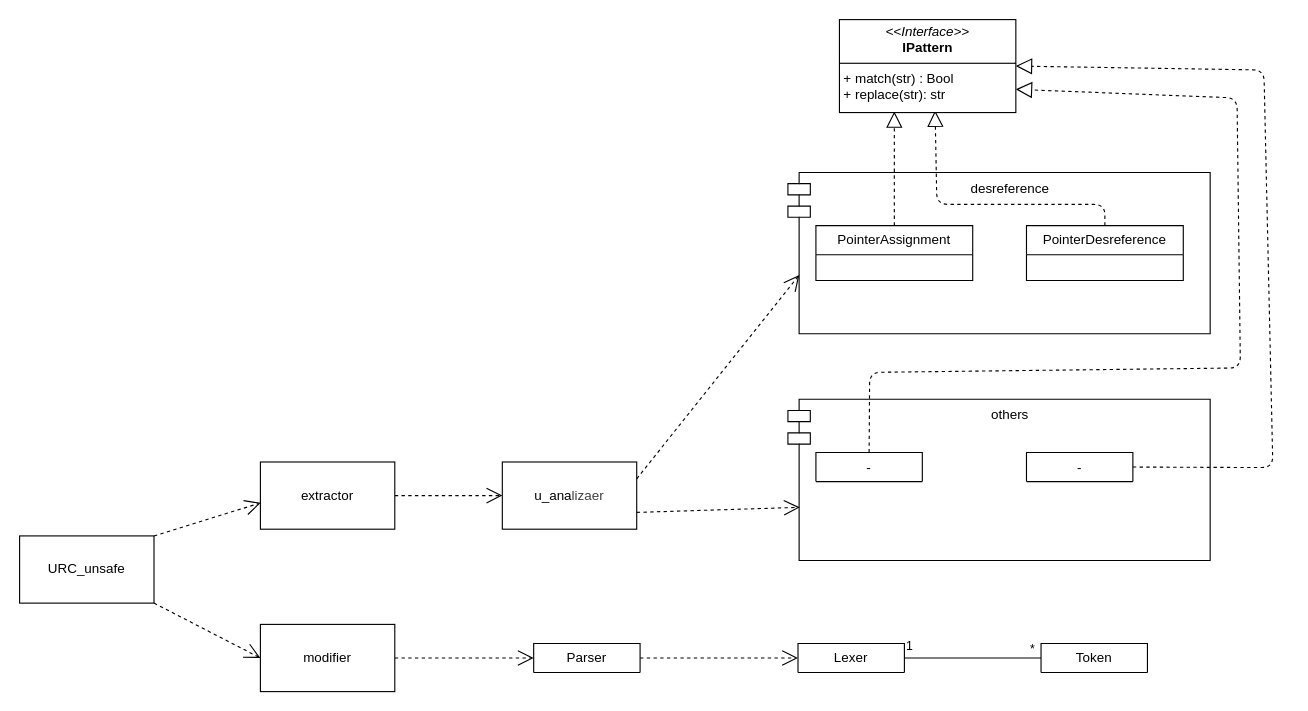
Above: modelo.drawio in Uriel-Gz/Unsafe_for_safe_in_rust (draw.io), before the change. Source tidied: cells renumbered, new cells numbered last; positions are measured from the earlier drawing's top-left corner, leaving out a move shared by most shapes. Both pictures are drawn from the tidied source at 112%, with x=0, y=0 at pixel (19, 19).
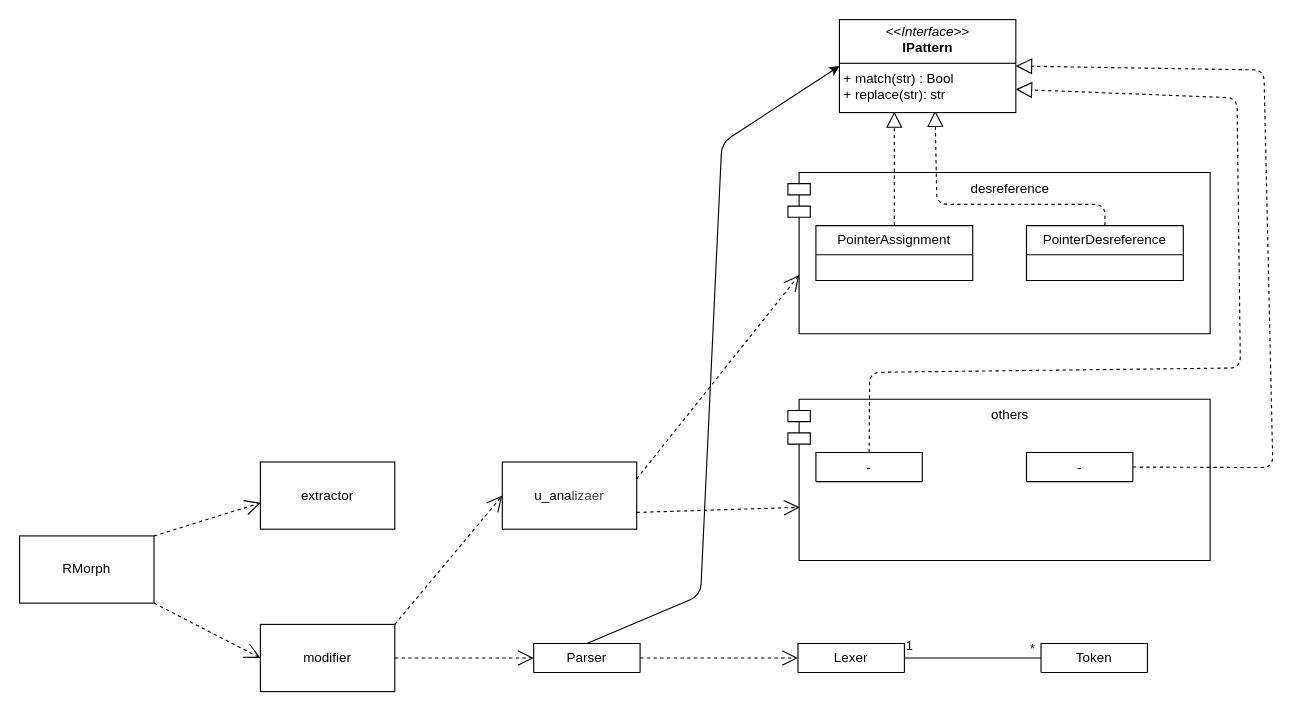
The same diagram, later.

Commit message (it also covers changes not shown here):
Remove unused HTML file and update diagram model with new identifiers and styles

Unchanged cells that the change refers to:
```xml
<mxCell id="3" value="u_ana&lt;span style=&quot;color: rgb(63, 63, 63); background-color: transparent;&quot;&gt;lizaer&lt;/span&gt;" style="whiteSpace=wrap;html=1;" parent="1" vertex="1">
  <mxGeometry x="431" y="395" width="120" height="60" as="geometry" />
</mxCell>
<mxCell id="17" value="modifier" style="whiteSpace=wrap;html=1;" parent="1" vertex="1">
  <mxGeometry x="215" y="540" width="120" height="60" as="geometry" />
</mxCell>
<mxCell id="21" value="Parser" style="swimlane;fontStyle=0;horizontal=1;startSize=26;fillColor=none;whiteSpace=wrap;html=1;" parent="1" vertex="1" collapsed="1">
  <mxGeometry x="459" y="557" width="95" height="26" as="geometry" />
</mxCell>
<mxCell id="27" value="extractor" style="whiteSpace=wrap;html=1;" parent="1" vertex="1">
  <mxGeometry x="215" y="395" width="120" height="60" as="geometry" />
</mxCell>
<mxCell id="29" value="&lt;p style=&quot;margin:0px;margin-top:4px;text-align:center;&quot;&gt;&lt;i&gt;&amp;lt;&amp;lt;Interface&amp;gt;&amp;gt;&lt;/i&gt;&lt;br&gt;&lt;b&gt;IPattern&lt;/b&gt;&lt;/p&gt;&lt;hr size=&quot;1&quot; style=&quot;border-style:solid;&quot;&gt;&lt;p style=&quot;margin:0px;margin-left:4px;&quot;&gt;+ match(str) : Bool&lt;/p&gt;&lt;p style=&quot;margin:0px;margin-left:4px;&quot;&gt;+ replace(str): str&lt;/p&gt;" style="verticalAlign=top;align=left;overflow=fill;html=1;whiteSpace=wrap;" parent="1" vertex="1">
  <mxGeometry x="732" width="157.5" height="83" as="geometry" />
</mxCell>
```

What changed in the source:
```diff
@@
-    <mxCell id="2" value="URC_unsafe" style="whiteSpace=wrap;html=1;" parent="1" vertex="1">
+    <mxCell id="2" value="RMorph" style="whiteSpace=wrap;html=1;" parent="1" vertex="1">
       <mxGeometry y="461" width="120" height="60" as="geometry" />
     </mxCell>
@@
-    <mxCell id="4" value="Use" style="endArrow=open;endSize=12;dashed=1;html=1;entryX=0;entryY=0.5;entryDx=0;entryDy=0;exitX=1;exitY=0.5;exitDx=0;exitDy=0;fontColor=none;noLabel=1;" parent="1" edge="1" source="27" target="3">
+    <mxCell id="4" value="Use" style="endArrow=open;endSize=12;dashed=1;html=1;entryX=0;entryY=0.5;entryDx=0;entryDy=0;exitX=1;exitY=0;exitDx=0;exitDy=0;fontColor=none;noLabel=1;" parent="1" edge="1" source="17" target="3">
       <mxGeometry x="0.01" y="11" relative="1" as="geometry" />
     </mxCell>
@@
+    <mxCell id="30" style="edgeStyle=none;html=1;exitX=0.5;exitY=0;exitDx=0;exitDy=0;entryX=0;entryY=0.5;entryDx=0;entryDy=0;" parent="1" edge="1" source="21" target="29">
+      <mxGeometry relative="1" as="geometry">
+        <Array as="points">
+          <mxPoint x="608" y="514" />
+          <mxPoint x="627" y="110" />
+        </Array>
+      </mxGeometry>
+    </mxCell>
```
